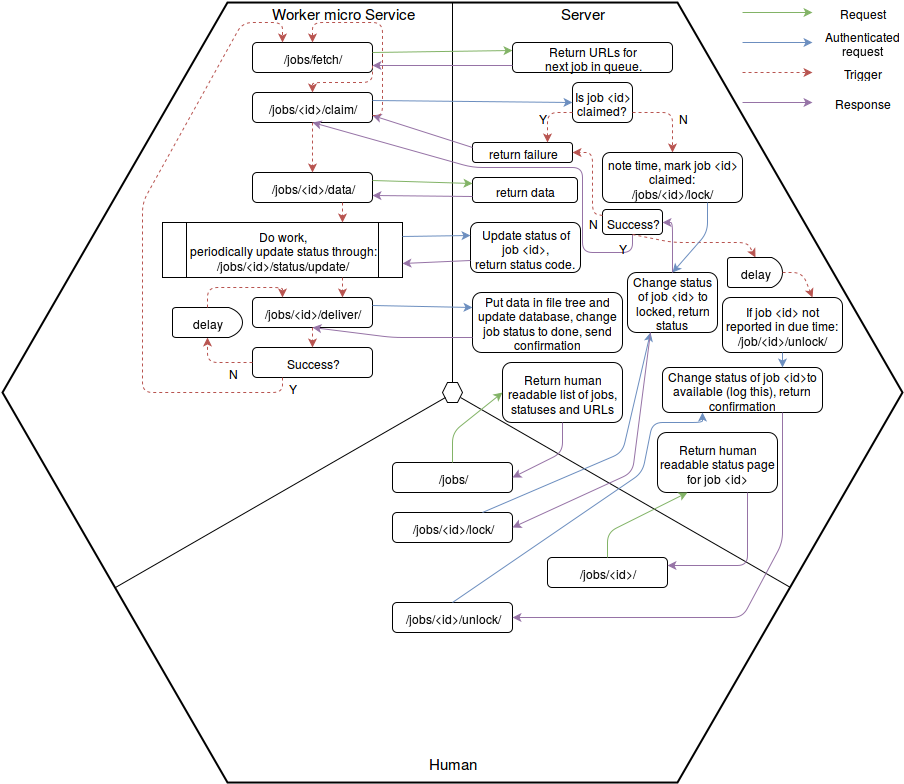
Before: uServiceMoxup.png, a diagram exported from draw.io (Odin-SMR/molflow-microq-framework). Source tidied: cells renumbered, new cells last; positions are measured from the earlier drawing's top-left corner, leaving out a move shared by most shapes.
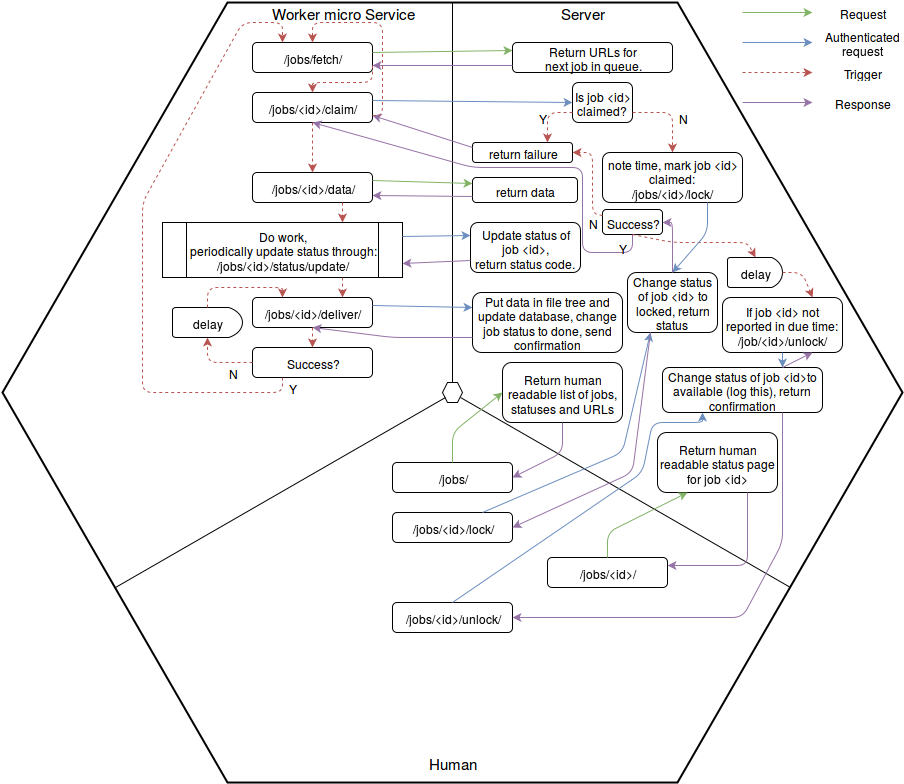
After the commit.

Commit message:
Added a return to mockup image

Change to the diagram source:
```diff
@@ -385,5 +385,8 @@
         </Array>
       </mxGeometry>
     </mxCell>
+    <mxCell id="87" style="endArrow=classic;html=1;plain-purple;entryX=0.75;entryY=1;exitX=0.75;exitY=0;" parent="1" edge="1" source="66" target="64">
+      <mxGeometry x="750" y="120" as="geometry" />
+    </mxCell>
   </root>
 </mxGraphModel>
```
